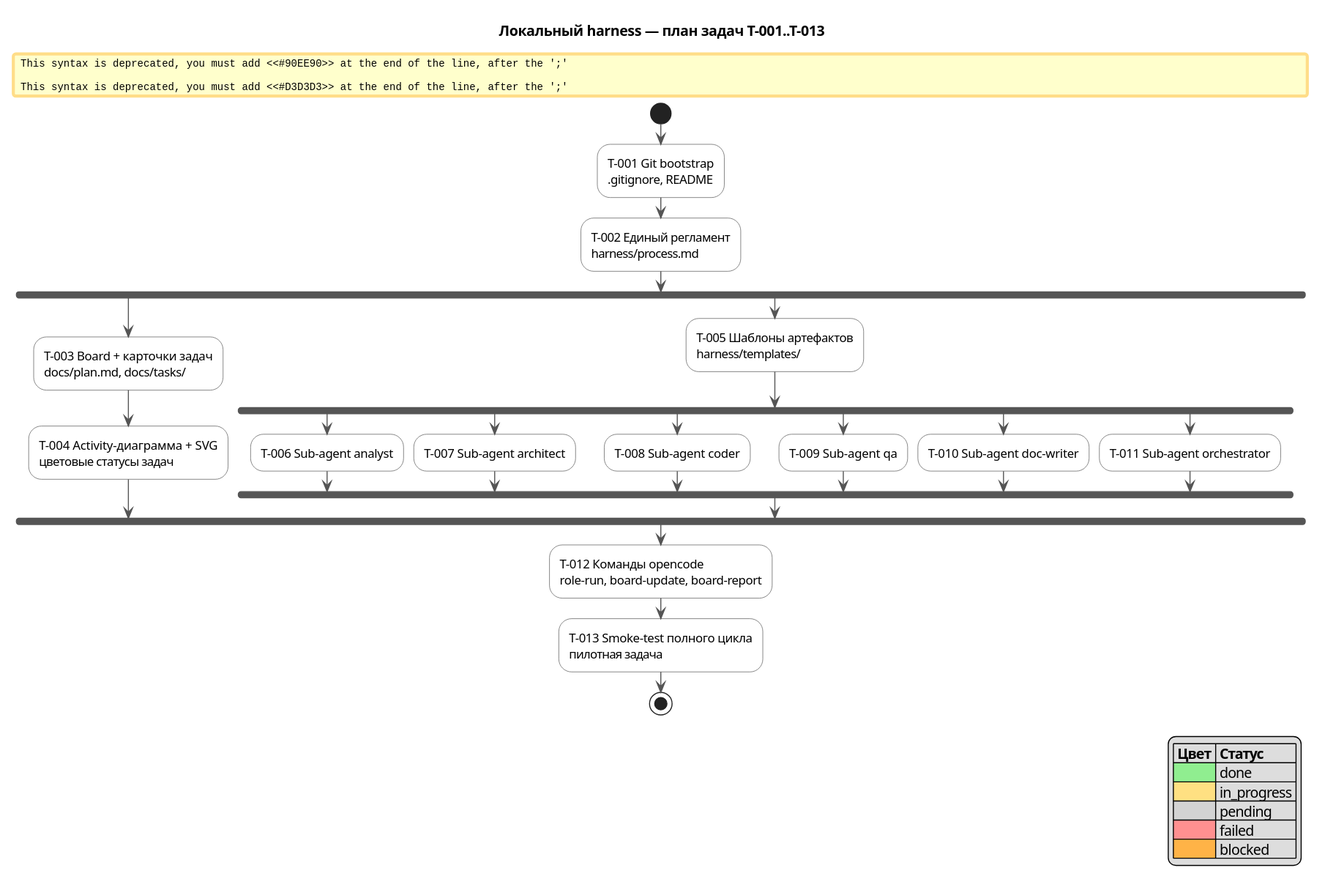
This is docs/activity.svg from serge-sasov/harness, a PlantUML export, as it was before one commit. Its diagram source:
```plantuml
@startuml
skinparam defaultFontName Segoe UI
skinparam ActivityBackgroundColor #FFFFFF
skinparam ActivityBorderColor #555555
skinparam ArrowColor #555555
title Локальный harness — план задач T-001..T-013

start
#90EE90:T-001 Git bootstrap\n.gitignore, README;
#90EE90:T-002 Единый регламент\nharness/process.md;
fork
  #90EE90:T-003 Board + карточки задач\ndocs/plan.md, docs/tasks/;
  #90EE90:T-004 Activity-диаграмма + SVG\nцветовые статусы задач;
fork again
  #90EE90:T-005 Шаблоны артефактов\nharness/templates/;
  fork
    #90EE90:T-006 Sub-agent analyst;
  fork again
    #90EE90:T-007 Sub-agent architect;
  fork again
    #90EE90:T-008 Sub-agent coder;
  fork again
    #90EE90:T-009 Sub-agent qa;
  fork again
    #90EE90:T-010 Sub-agent doc-writer;
  fork again
    #90EE90:T-011 Sub-agent orchestrator;
  end fork
end fork
#90EE90:T-012 Команды opencode\nrole-run, board-update, board-report;
#D3D3D3:T-013 Smoke-test полного цикла\nпилотная задача;
stop

legend right
|= Цвет |= Статус |
|<#90EE90>| done |
|<#FFE082>| in_progress |
|<#D3D3D3>| pending |
|<#FF9090>| failed |
|<#FFB347>| blocked |
endlegend
@enduml
```
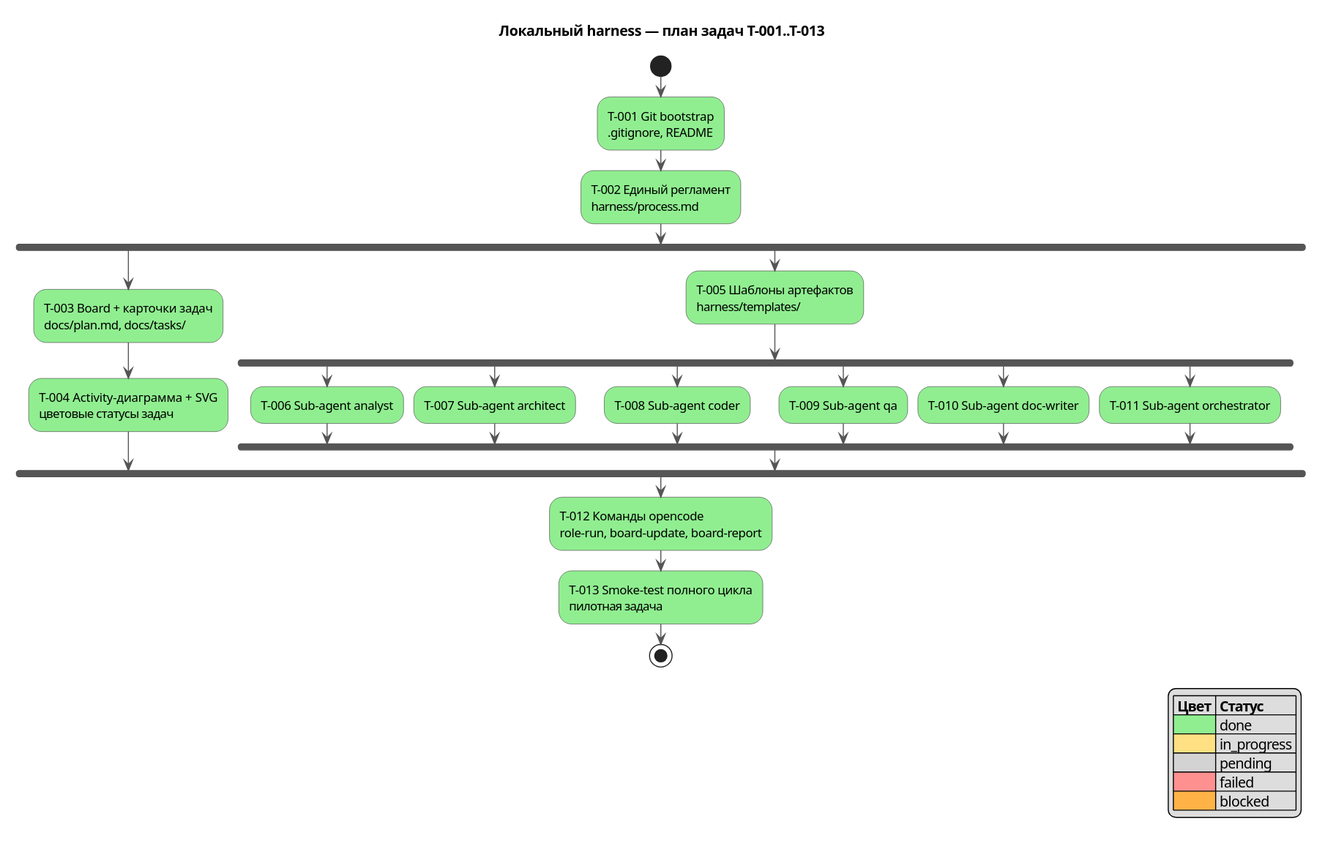
After the commit.

Diff of the diagram source:
```diff
@@ -6,29 +6,29 @@
 title Локальный harness — план задач T-001..T-013
 
 start
-#90EE90:T-001 Git bootstrap\n.gitignore, README;
-#90EE90:T-002 Единый регламент\nharness/process.md;
+:T-001 Git bootstrap\n.gitignore, README; <<#90EE90>>
+:T-002 Единый регламент\nharness/process.md; <<#90EE90>>
 fork
-  #90EE90:T-003 Board + карточки задач\ndocs/plan.md, docs/tasks/;
-  #90EE90:T-004 Activity-диаграмма + SVG\nцветовые статусы задач;
+  :T-003 Board + карточки задач\ndocs/plan.md, docs/tasks/; <<#90EE90>>
+  :T-004 Activity-диаграмма + SVG\nцветовые статусы задач; <<#90EE90>>
 fork again
-  #90EE90:T-005 Шаблоны артефактов\nharness/templates/;
+  :T-005 Шаблоны артефактов\nharness/templates/; <<#90EE90>>
   fork
-    #90EE90:T-006 Sub-agent analyst;
+    :T-006 Sub-agent analyst; <<#90EE90>>
   fork again
-    #90EE90:T-007 Sub-agent architect;
+    :T-007 Sub-agent architect; <<#90EE90>>
   fork again
-    #90EE90:T-008 Sub-agent coder;
+    :T-008 Sub-agent coder; <<#90EE90>>
   fork again
-    #90EE90:T-009 Sub-agent qa;
+    :T-009 Sub-agent qa; <<#90EE90>>
   fork again
-    #90EE90:T-010 Sub-agent doc-writer;
+    :T-010 Sub-agent doc-writer; <<#90EE90>>
   fork again
-    #90EE90:T-011 Sub-agent orchestrator;
+    :T-011 Sub-agent orchestrator; <<#90EE90>>
   end fork
 end fork
-#90EE90:T-012 Команды opencode\nrole-run, board-update, board-report;
-#D3D3D3:T-013 Smoke-test полного цикла\nпилотная задача;
+:T-012 Команды opencode\nrole-run, board-update, board-report; <<#90EE90>>
+:T-013 Smoke-test полного цикла\nпилотная задача; <<#90EE90>>
 stop
 
 legend right
```
